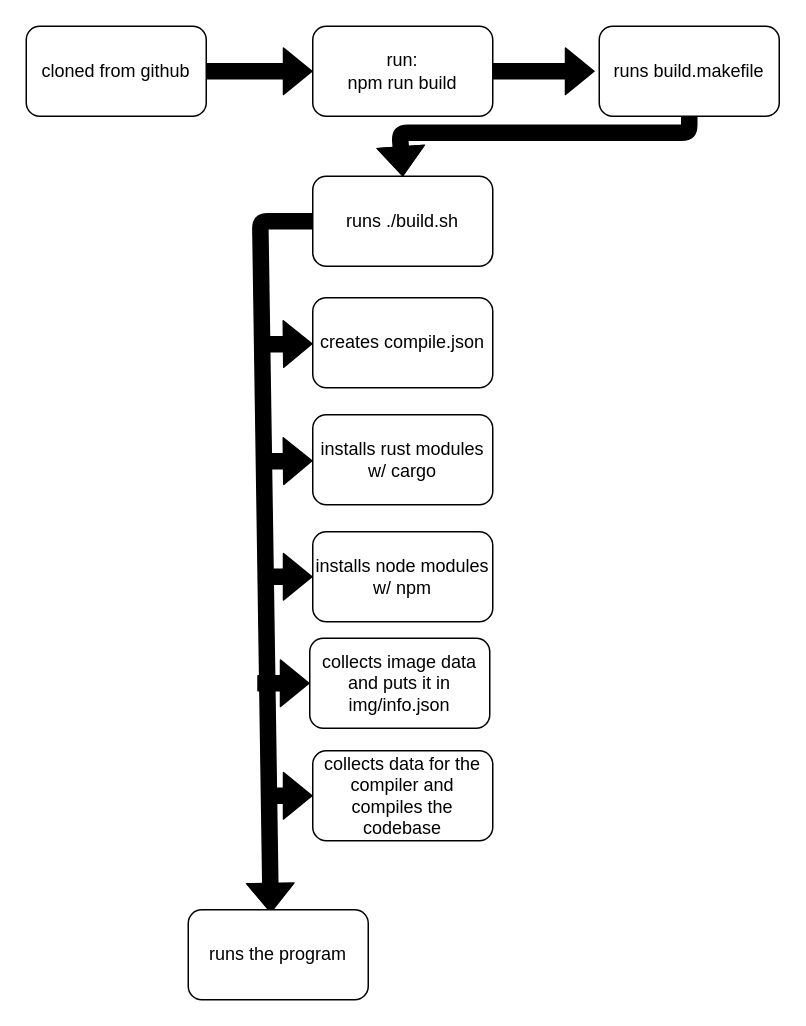
givikuna/ketoPhotographyWebsite keeps this draw.io diagram as documentation/build.drawio. Above is the earlier version. Source tidied: cells renumbered, new cells numbered last; positions are measured from the earlier drawing's top-left corner, leaving out a move shared by most shapes. Both pictures are drawn from the tidied source at 150%, with x=0, y=0 at pixel (26, 26).
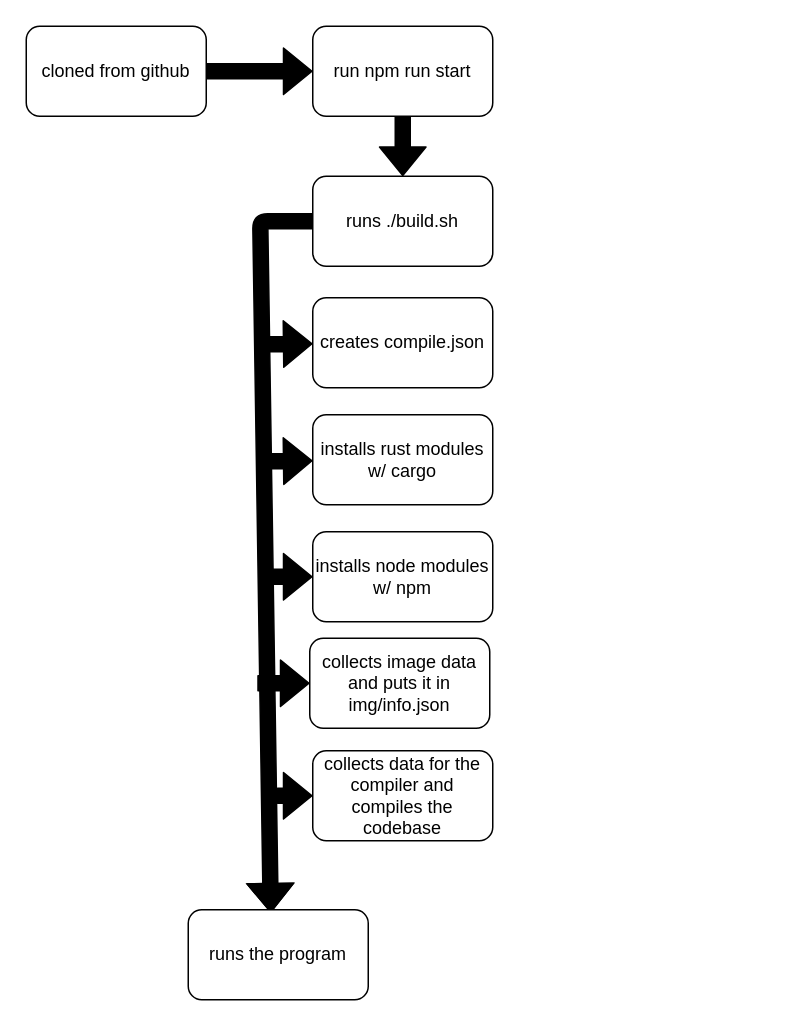
After the change.

Commit message (it also covers changes not shown here):
deleted build.sh and moved to using mostly makefile

Unchanged cells that the change refers to:
```xml
<mxCell id="5" value="runs ./build.sh" style="rounded=1;whiteSpace=wrap;html=1;" parent="1" vertex="1">
  <mxGeometry x="191" y="100" width="120" height="60" as="geometry" />
</mxCell>
```

Diff of the diagram source:
```diff
@@
-    <mxCell id="4" value="run:&lt;br&gt;npm run build" style="rounded=1;whiteSpace=wrap;html=1;" parent="1" vertex="1">
+    <mxCell id="4" value="run npm run start" style="rounded=1;whiteSpace=wrap;html=1;" parent="1" vertex="1">
       <mxGeometry x="191" width="120" height="60" as="geometry" />
     </mxCell>
@@
-    <mxCell id="6" style="shape=flexArrow;endArrow=classic;html=1;fillColor=#000000;exitX=1;exitY=0.5;exitDx=0;exitDy=0;" parent="1" edge="1" source="4">
-      <mxGeometry relative="1" as="geometry">
-        <mxPoint x="379" y="30" as="targetPoint" />
-      </mxGeometry>
+    <mxCell id="6" style="shape=flexArrow;endArrow=classic;html=1;fillColor=#000000;exitX=0.5;exitY=1;exitDx=0;exitDy=0;" parent="1" edge="1" source="4" target="5">
+      <mxGeometry relative="1" as="geometry" />
     </mxCell>
@@
-    <mxCell id="19" value="runs build.makefile" style="rounded=1;whiteSpace=wrap;html=1;" parent="1" vertex="1">
-      <mxGeometry x="382" width="120" height="60" as="geometry" />
-    </mxCell>
-    <mxCell id="20" style="shape=flexArrow;endArrow=classic;html=1;fillColor=#000000;exitX=0.5;exitY=1;exitDx=0;exitDy=0;entryX=0.5;entryY=0;entryDx=0;entryDy=0;" parent="1" edge="1" source="19" target="5">
-      <mxGeometry relative="1" as="geometry">
-        <Array as="points">
-          <mxPoint x="442" y="71" />
-          <mxPoint x="249" y="71" />
-        </Array>
-      </mxGeometry>
-    </mxCell>
```
